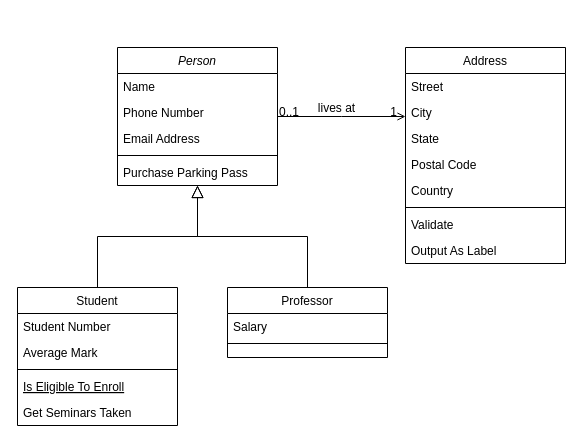
Earlier version of the draw.io diagram Diagramme sans nom.drawio (NicolasRbls/Diagramme). Source tidied: cells renumbered, new cells numbered last; positions are measured from the earlier drawing's top-left corner, leaving out a move shared by most shapes. Both pictures are drawn from the tidied source at 100%, with x=0, y=0 at pixel (17, 47).
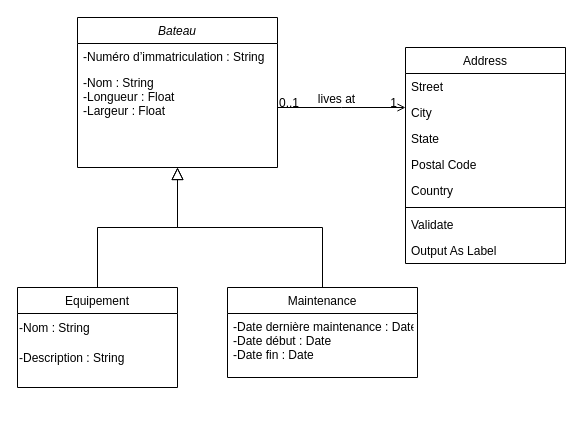
After the change.

What changed in the source:
```diff
@@
-    <mxCell id="2" value="Person" style="swimlane;fontStyle=2;align=center;verticalAlign=top;horizontal=1;startSize=26;rounded=0;shadow=0;strokeWidth=1;" parent="1" vertex="1">
-      <mxGeometry x="100" width="160" height="138" as="geometry" />
+    <mxCell id="2" value="Bateau" style="swimlane;fontStyle=2;align=center;verticalAlign=top;horizontal=1;startSize=26;rounded=0;shadow=0;strokeWidth=1;" parent="1" vertex="1">
+      <mxGeometry x="60" y="-30" width="200" height="150" as="geometry" />
     </mxCell>
-    <mxCell id="3" value="Name" style="text;align=left;verticalAlign=top;spacingLeft=4;spacingRight=4;overflow=hidden;" parent="2" vertex="1">
-      <mxGeometry y="26" width="160" height="26" as="geometry" />
-    </mxCell>
-    <mxCell id="4" value="Phone Number" style="text;align=left;verticalAlign=top;spacingLeft=4;spacingRight=4;overflow=hidden;rounded=0;shadow=0;html=0;" parent="2" vertex="1">
-      <mxGeometry y="52" width="160" height="26" as="geometry" />
+    <mxCell id="4" value="-Numéro d’immatriculation : String" style="text;align=left;verticalAlign=top;spacingLeft=4;spacingRight=4;overflow=hidden;rounded=0;shadow=0;html=0;" parent="2" vertex="1">
+      <mxGeometry y="26" width="200" height="26" as="geometry" />
     </mxCell>
-    <mxCell id="5" value="Email Address" style="text;align=left;verticalAlign=top;spacingLeft=4;spacingRight=4;overflow=hidden;rounded=0;shadow=0;html=0;" parent="2" vertex="1">
-      <mxGeometry y="78" width="160" height="26" as="geometry" />
+    <mxCell id="5" value="-Nom : String&#10;-Longueur : Float&#10;-Largeur : Float" style="text;align=left;verticalAlign=top;spacingLeft=4;spacingRight=4;overflow=hidden;rounded=0;shadow=0;html=0;" parent="2" vertex="1">
+      <mxGeometry y="52" width="200" height="98" as="geometry" />
     </mxCell>
-    <mxCell id="6" style="line;html=1;strokeWidth=1;align=left;verticalAlign=middle;spacingTop=-1;spacingLeft=3;spacingRight=3;labelPosition=right;" parent="2" vertex="1">
-      <mxGeometry y="104" width="160" height="8" as="geometry" />
-    </mxCell>
-    <mxCell id="7" value="Purchase Parking Pass" style="text;align=left;verticalAlign=top;spacingLeft=4;spacingRight=4;overflow=hidden;" parent="2" vertex="1">
-      <mxGeometry y="112" width="160" height="26" as="geometry" />
-    </mxCell>
-    <mxCell id="8" value="Student" style="swimlane;fontStyle=0;align=center;verticalAlign=top;horizontal=1;startSize=26;rounded=0;shadow=0;strokeWidth=1;" parent="1" vertex="1">
-      <mxGeometry y="240" width="160" height="138" as="geometry" />
+    <mxCell id="8" value="Equipement" style="swimlane;fontStyle=0;align=center;verticalAlign=top;horizontal=1;startSize=26;rounded=0;shadow=0;strokeWidth=1;" parent="1" vertex="1">
+      <mxGeometry y="240" width="160" height="100" as="geometry" />
     </mxCell>
-    <mxCell id="9" value="Student Number" style="text;align=left;verticalAlign=top;spacingLeft=4;spacingRight=4;overflow=hidden;" parent="8" vertex="1">
-      <mxGeometry y="26" width="160" height="26" as="geometry" />
-    </mxCell>
-    <mxCell id="10" value="Average Mark" style="text;align=left;verticalAlign=top;spacingLeft=4;spacingRight=4;overflow=hidden;rounded=0;shadow=0;html=0;" parent="8" vertex="1">
-      <mxGeometry y="52" width="160" height="26" as="geometry" />
-    </mxCell>
-    <mxCell id="11" style="line;html=1;strokeWidth=1;align=left;verticalAlign=middle;spacingTop=-1;spacingLeft=3;spacingRight=3;labelPosition=right;" parent="8" vertex="1">
-      <mxGeometry y="78" width="160" height="8" as="geometry" />
-    </mxCell>
-    <mxCell id="12" value="Is Eligible To Enroll" style="text;align=left;verticalAlign=top;spacingLeft=4;spacingRight=4;overflow=hidden;fontStyle=4;" parent="8" vertex="1">
-      <mxGeometry y="86" width="160" height="26" as="geometry" />
-    </mxCell>
-    <mxCell id="13" value="Get Seminars Taken" style="text;align=left;verticalAlign=top;spacingLeft=4;spacingRight=4;overflow=hidden;" parent="8" vertex="1">
-      <mxGeometry y="112" width="160" height="26" as="geometry" />
-    </mxCell>
+    <mxCell id="32" value="-Nom : String" style="text;html=1;align=left;verticalAlign=middle;strokeColor=none;fillColor=none;" parent="8" vertex="1">
+      <mxGeometry y="26" width="160" height="30" as="geometry" />
+    </mxCell>
+    <mxCell id="33" value="-Description : String" style="text;html=1;align=left;verticalAlign=middle;strokeColor=none;fillColor=none;" parent="8" vertex="1">
+      <mxGeometry y="56" width="160" height="30" as="geometry" />
+    </mxCell>
@@
-    <mxCell id="15" value="Professor" style="swimlane;fontStyle=0;align=center;verticalAlign=top;horizontal=1;startSize=26;rounded=0;shadow=0;strokeWidth=1;" parent="1" vertex="1">
-      <mxGeometry x="210" y="240" width="160" height="70" as="geometry" />
+    <mxCell id="15" value="Maintenance" style="swimlane;fontStyle=0;align=center;verticalAlign=top;horizontal=1;startSize=26;rounded=0;shadow=0;strokeWidth=1;" parent="1" vertex="1">
+      <mxGeometry x="210" y="240" width="190" height="90" as="geometry" />
     </mxCell>
-    <mxCell id="16" value="Salary" style="text;align=left;verticalAlign=top;spacingLeft=4;spacingRight=4;overflow=hidden;" parent="15" vertex="1">
-      <mxGeometry y="26" width="160" height="26" as="geometry" />
+    <mxCell id="16" value="-Date dernière maintenance : Date&#10;-Date début : Date&#10;-Date fin : Date&#10;" style="text;align=left;verticalAlign=top;spacingLeft=4;spacingRight=4;overflow=hidden;" parent="15" vertex="1">
+      <mxGeometry y="26" width="190" height="64" as="geometry" />
     </mxCell>
-    <mxCell id="17" style="line;html=1;strokeWidth=1;align=left;verticalAlign=middle;spacingTop=-1;spacingLeft=3;spacingRight=3;labelPosition=right;" parent="15" vertex="1">
-      <mxGeometry y="52" width="160" height="8" as="geometry" />
-    </mxCell>
```
